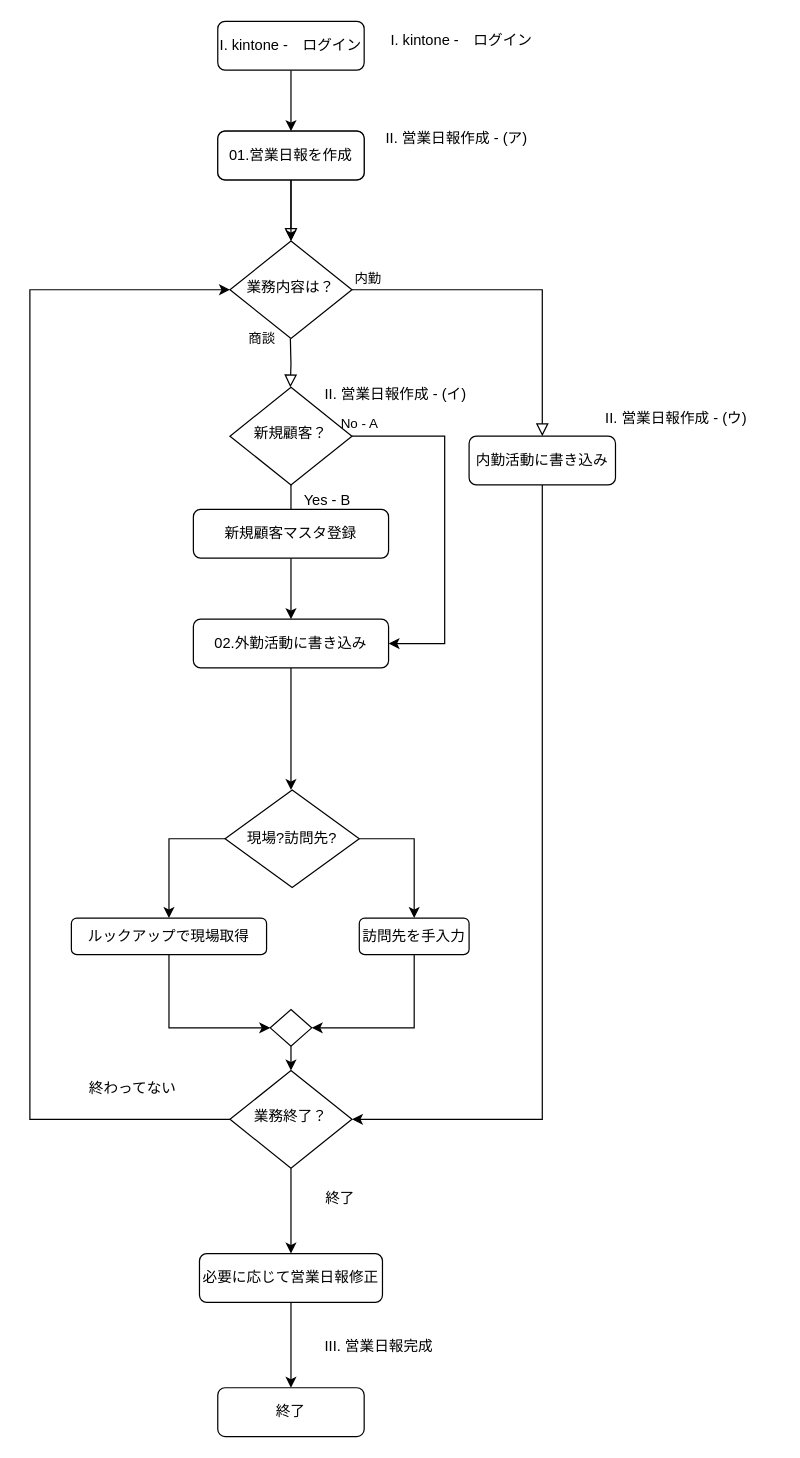
This is kintone使用案_01.drawio from kss-kawashima/flow, a draw.io file, before an edit. Source tidied: cells renumbered, new cells numbered last; positions are measured from the earlier drawing's top-left corner, leaving out a move shared by most shapes. Both pictures are drawn from the tidied source at 122%, with x=0, y=0 at pixel (29, 21).
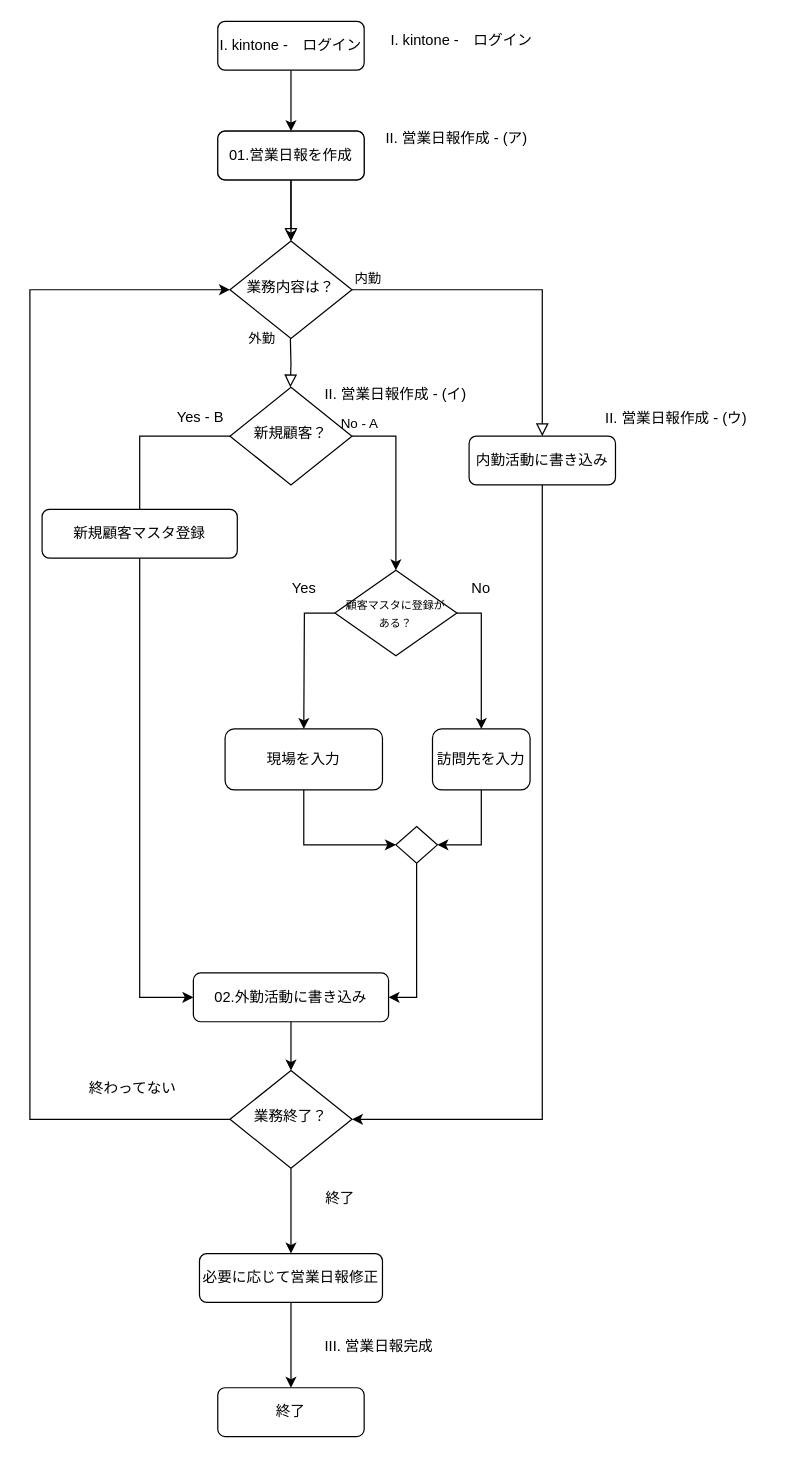
The same page after the edit.

Commit message:
kintone使用案_01.drawio を更新します

The change refers to these unchanged cells:
```xml
<mxCell id="16" value="業務終了？" style="rhombus;whiteSpace=wrap;html=1;shadow=0;fontFamily=Helvetica;fontSize=12;align=center;strokeWidth=1;spacing=6;spacingTop=-4;" parent="1" vertex="1">
  <mxGeometry x="164" y="860" width="100" height="80" as="geometry" />
</mxCell>
<mxCell id="45" value="新規顧客？" style="rhombus;whiteSpace=wrap;html=1;shadow=0;fontFamily=Helvetica;fontSize=12;align=center;strokeWidth=1;spacing=6;spacingTop=-4;" parent="1" vertex="1">
  <mxGeometry x="164" y="300" width="100" height="80" as="geometry" />
</mxCell>
```

Diff of the diagram source:
```diff
@@
-    <mxCell id="4" value="商談" style="rounded=0;html=1;jettySize=auto;orthogonalLoop=1;fontSize=11;endArrow=block;endFill=0;endSize=8;strokeWidth=1;shadow=0;labelBackgroundColor=none;edgeStyle=orthogonalEdgeStyle;" parent="1" edge="1">
+    <mxCell id="4" value="外勤" style="rounded=0;html=1;jettySize=auto;orthogonalLoop=1;fontSize=11;endArrow=block;endFill=0;endSize=8;strokeWidth=1;shadow=0;labelBackgroundColor=none;edgeStyle=orthogonalEdgeStyle;" parent="1" edge="1">
       <mxGeometry x="-1" y="-23" relative="1" as="geometry">
         <mxPoint x="213.5" y="260" as="sourcePoint" />
         <mxPoint x="213.5" y="300" as="targetPoint" />
         <mxPoint x="-1" y="-1" as="offset" />
       </mxGeometry>
     </mxCell>
@@
     <mxCell id="10" value="02.外勤活動に書き込み" style="rounded=1;whiteSpace=wrap;html=1;fontSize=12;glass=0;strokeWidth=1;shadow=0;" parent="1" vertex="1">
-      <mxGeometry x="134" y="490" width="160" height="40" as="geometry" />
+      <mxGeometry x="134" y="780" width="160" height="40" as="geometry" />
     </mxCell>
@@
-    <mxCell id="44" style="endArrow=classic;html=1;rounded=0;exitX=0.5;exitY=1;exitDx=0;exitDy=0;" parent="1" edge="1" source="10">
-      <mxGeometry relative="1" as="geometry">
-        <mxPoint x="214" y="630" as="targetPoint" />
-      </mxGeometry>
+    <mxCell id="44" style="endArrow=classic;html=1;rounded=0;exitX=0.5;exitY=1;exitDx=0;exitDy=0;entryX=0.5;entryY=0;entryDx=0;entryDy=0;" parent="1" edge="1" source="10" target="16">
+      <mxGeometry relative="1" as="geometry" />
     </mxCell>
@@
-    <mxCell id="46" style="endArrow=classic;html=1;rounded=0;exitX=0.5;exitY=1;exitDx=0;exitDy=0;" parent="1" edge="1" source="45">
+    <mxCell id="46" style="endArrow=classic;html=1;rounded=0;entryX=0;entryY=0.5;entryDx=0;entryDy=0;" parent="1" edge="1" target="10">
       <mxGeometry relative="1" as="geometry">
-        <mxPoint x="214" y="490" as="targetPoint" />
+        <mxPoint x="164" y="340" as="sourcePoint" />
+        <Array as="points">
+          <mxPoint x="90" y="340" />
+          <mxPoint x="90" y="800" />
+        </Array>
       </mxGeometry>
     </mxCell>
-    <mxCell id="47" style="endArrow=classic;html=1;rounded=0;exitX=1;exitY=0.5;exitDx=0;exitDy=0;entryX=1;entryY=0.5;entryDx=0;entryDy=0;" parent="1" edge="1" source="45" target="10">
+    <mxCell id="47" style="endArrow=classic;html=1;rounded=0;exitX=1;exitY=0.5;exitDx=0;exitDy=0;entryX=0.5;entryY=0;entryDx=0;entryDy=0;" parent="1" edge="1" source="45" target="51">
       <mxGeometry relative="1" as="geometry">
         <Array as="points">
-          <mxPoint x="340" y="340" />
-          <mxPoint x="340" y="510" />
+          <mxPoint x="300" y="340" />
         </Array>
       </mxGeometry>
     </mxCell>
     <mxCell id="48" value="新規顧客マスタ登録" style="rounded=1;whiteSpace=wrap;html=1;fontSize=12;glass=0;strokeWidth=1;shadow=0;" parent="1" vertex="1">
-      <mxGeometry x="134" y="400" width="160" height="40" as="geometry" />
+      <mxGeometry x="10" y="400" width="160" height="40" as="geometry" />
     </mxCell>
     <mxCell id="49" value="Yes - B" style="text;html=1;align=center;verticalAlign=middle;whiteSpace=wrap;rounded=0;" parent="1" vertex="1">
-      <mxGeometry x="214" y="378" width="60" height="30" as="geometry" />
+      <mxGeometry x="110" y="310" width="60" height="30" as="geometry" />
     </mxCell>
@@
-    <mxCell id="51" value="現場?訪問先?" style="rhombus;whiteSpace=wrap;html=1;" parent="1" vertex="1">
-      <mxGeometry x="160" y="630" width="110" height="80" as="geometry" />
+    <mxCell id="51" value="&lt;font style=&quot;font-size: 9px;&quot;&gt;顧客マスタに登録が&lt;/font&gt;&lt;div&gt;&lt;font style=&quot;font-size: 9px;&quot;&gt;ある？&lt;/font&gt;&lt;/div&gt;" style="rhombus;whiteSpace=wrap;html=1;" parent="1" vertex="1">
+      <mxGeometry x="250" y="450" width="100" height="70" as="geometry" />
     </mxCell>
     <mxCell id="52" style="endArrow=classic;html=1;rounded=0;exitX=0;exitY=0.5;exitDx=0;exitDy=0;entryX=0.5;entryY=0;entryDx=0;entryDy=0;" parent="1" edge="1" source="51" target="54">
       <mxGeometry relative="1" as="geometry">
         <Array as="points">
-          <mxPoint x="114" y="670" />
+          <mxPoint x="225" y="485" />
         </Array>
       </mxGeometry>
     </mxCell>
@@
-    <mxCell id="54" value="ルックアップで現場取得" style="rounded=1;whiteSpace=wrap;html=1;fontSize=12;glass=0;strokeWidth=1;shadow=0;" parent="1" vertex="1">
-      <mxGeometry x="34" y="735" width="160" height="30" as="geometry" />
+    <mxCell id="54" value="現場を入力" style="rounded=1;whiteSpace=wrap;html=1;fontSize=12;glass=0;strokeWidth=1;shadow=0;" parent="1" vertex="1">
+      <mxGeometry x="160" y="580" width="129" height="50" as="geometry" />
     </mxCell>
@@
-    <mxCell id="56" value="訪問先を手入力" style="rounded=1;whiteSpace=wrap;html=1;fontSize=12;glass=0;strokeWidth=1;shadow=0;" parent="1" vertex="1">
-      <mxGeometry x="270" y="735" width="90" height="30" as="geometry" />
+    <mxCell id="56" value="訪問先を入力" style="rounded=1;whiteSpace=wrap;html=1;fontSize=12;glass=0;strokeWidth=1;shadow=0;" parent="1" vertex="1">
+      <mxGeometry x="330" y="580" width="80" height="50" as="geometry" />
     </mxCell>
-    <mxCell id="57" style="edgeStyle=orthogonalEdgeStyle;rounded=0;jettySize=auto;html=1;exitX=0.5;exitY=1;exitDx=0;exitDy=0;entryX=0.5;entryY=0;entryDx=0;entryDy=0;" parent="1" edge="1" source="58" target="16">
+    <mxCell id="57" style="edgeStyle=orthogonalEdgeStyle;rounded=0;jettySize=auto;html=1;exitX=0.5;exitY=1;exitDx=0;exitDy=0;entryX=1;entryY=0.5;entryDx=0;entryDy=0;" parent="1" edge="1" source="58" target="10">
       <mxGeometry relative="1" as="geometry" />
     </mxCell>
     <mxCell id="58" style="rhombus;whiteSpace=wrap;html=1;" parent="1" vertex="1">
-      <mxGeometry x="197" y="810" width="34" height="30" as="geometry" />
+      <mxGeometry x="300" y="660" width="34" height="30" as="geometry" />
     </mxCell>
+    <mxCell id="59" value="Yes" style="text;html=1;align=center;verticalAlign=middle;whiteSpace=wrap;rounded=0;" parent="1" vertex="1">
+      <mxGeometry x="194.5" y="450" width="60" height="30" as="geometry" />
+    </mxCell>
+    <mxCell id="60" value="No" style="text;html=1;align=center;verticalAlign=middle;whiteSpace=wrap;rounded=0;" parent="1" vertex="1">
+      <mxGeometry x="340" y="450" width="60" height="30" as="geometry" />
+    </mxCell>
```
